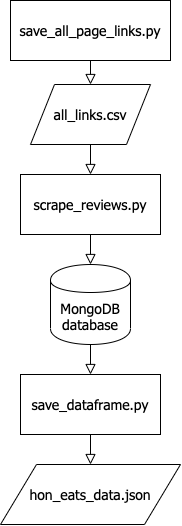
This is imgs/web_scraping_flowchart.png from chelseanbr/hon-eats-recommender, a draw.io export, as it was before one commit. Source tidied: cells renumbered, new cells last; positions are measured from the earlier drawing's top-left corner, leaving out a move shared by most shapes.
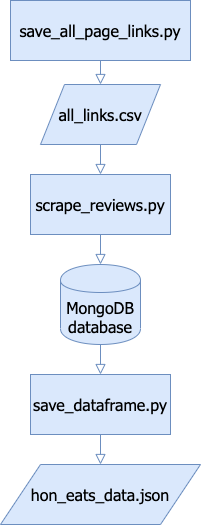
The same diagram one commit later.

Commit message:
colored flowchart, finalized readme up to eda for now

Change to the diagram source:
```diff
@@ -2,37 +2,37 @@
   <root>
     <mxCell id="0" />
     <mxCell id="1" parent="0" />
-    <mxCell id="2" style="rounded=0;html=1;jettySize=auto;fontSize=11;endArrow=block;endFill=0;endSize=8;strokeWidth=1;shadow=0;labelBackgroundColor=none;edgeStyle=orthogonalEdgeStyle;entryX=0.5;entryY=0;entryDx=0;entryDy=0;exitX=0.5;exitY=1;exitDx=0;exitDy=0;" parent="1" edge="1" source="4" target="3">
+    <mxCell id="2" style="rounded=0;html=1;jettySize=auto;fontSize=11;endArrow=block;endFill=0;endSize=8;strokeWidth=1;shadow=0;labelBackgroundColor=none;edgeStyle=orthogonalEdgeStyle;entryX=0.5;entryY=0;entryDx=0;entryDy=0;exitX=0.5;exitY=1;exitDx=0;exitDy=0;fillColor=#dae8fc;strokeColor=#6c8ebf;" parent="1" edge="1" source="4" target="3">
       <mxGeometry relative="1" as="geometry" />
     </mxCell>
-    <mxCell id="3" value="all_links.csv" style="shape=parallelogram;perimeter=parallelogramPerimeter;whiteSpace=wrap;html=1;fontFamily=Tahoma;fontSize=14;" parent="1" vertex="1">
+    <mxCell id="3" value="all_links.csv" style="shape=parallelogram;perimeter=parallelogramPerimeter;whiteSpace=wrap;html=1;fontFamily=Tahoma;fontSize=16;fillColor=#dae8fc;strokeColor=#6c8ebf;" parent="1" vertex="1">
       <mxGeometry x="30" y="84" width="120" height="60" as="geometry" />
     </mxCell>
-    <mxCell id="4" value="&lt;span style=&quot;font-size: 14px;&quot;&gt;save_all_page_links.py&lt;/span&gt;" style="rounded=0;whiteSpace=wrap;html=1;fontFamily=Tahoma;fontSize=14;" parent="1" vertex="1">
-      <mxGeometry x="10" width="160" height="60" as="geometry" />
+    <mxCell id="4" value="&lt;span style=&quot;font-size: 16px;&quot;&gt;save_all_page_links.py&lt;/span&gt;" style="rounded=0;whiteSpace=wrap;html=1;fontFamily=Tahoma;fontSize=16;fillColor=#dae8fc;strokeColor=#6c8ebf;" parent="1" vertex="1">
+      <mxGeometry width="180" height="60" as="geometry" />
     </mxCell>
-    <mxCell id="5" value="scrape_reviews.py" style="rounded=0;whiteSpace=wrap;html=1;fontFamily=Tahoma;fontSize=14;" parent="1" vertex="1">
+    <mxCell id="5" value="scrape_reviews.py" style="rounded=0;whiteSpace=wrap;html=1;fontFamily=Tahoma;fontSize=16;fillColor=#dae8fc;strokeColor=#6c8ebf;" parent="1" vertex="1">
       <mxGeometry x="20" y="174" width="140" height="60" as="geometry" />
     </mxCell>
-    <mxCell id="6" value="MongoDB database" style="shape=cylinder;whiteSpace=wrap;html=1;boundedLbl=1;backgroundOutline=1;fontFamily=Tahoma;fontSize=14;" parent="1" vertex="1">
+    <mxCell id="6" value="MongoDB database" style="shape=cylinder;whiteSpace=wrap;html=1;boundedLbl=1;backgroundOutline=1;fontFamily=Tahoma;fontSize=16;fillColor=#dae8fc;strokeColor=#6c8ebf;" parent="1" vertex="1">
       <mxGeometry x="50" y="264" width="80" height="80" as="geometry" />
     </mxCell>
-    <mxCell id="7" style="rounded=0;html=1;jettySize=auto;fontSize=11;endArrow=block;endFill=0;endSize=8;strokeWidth=1;shadow=0;labelBackgroundColor=none;edgeStyle=orthogonalEdgeStyle;exitX=0.5;exitY=1;exitDx=0;exitDy=0;entryX=0.5;entryY=0;entryDx=0;entryDy=0;" parent="1" edge="1" source="3" target="5">
+    <mxCell id="7" style="rounded=0;html=1;jettySize=auto;fontSize=11;endArrow=block;endFill=0;endSize=8;strokeWidth=1;shadow=0;labelBackgroundColor=none;edgeStyle=orthogonalEdgeStyle;exitX=0.5;exitY=1;exitDx=0;exitDy=0;entryX=0.5;entryY=0;entryDx=0;entryDy=0;fillColor=#dae8fc;strokeColor=#6c8ebf;" parent="1" edge="1" source="3" target="5">
       <mxGeometry relative="1" as="geometry" />
     </mxCell>
-    <mxCell id="8" style="rounded=0;html=1;jettySize=auto;fontSize=11;endArrow=block;endFill=0;endSize=8;strokeWidth=1;shadow=0;labelBackgroundColor=none;edgeStyle=orthogonalEdgeStyle;exitX=0.5;exitY=1;exitDx=0;exitDy=0;entryX=0.5;entryY=0;entryDx=0;entryDy=0;" parent="1" edge="1" source="5" target="6">
+    <mxCell id="8" style="rounded=0;html=1;jettySize=auto;fontSize=11;endArrow=block;endFill=0;endSize=8;strokeWidth=1;shadow=0;labelBackgroundColor=none;edgeStyle=orthogonalEdgeStyle;exitX=0.5;exitY=1;exitDx=0;exitDy=0;entryX=0.5;entryY=0;entryDx=0;entryDy=0;fillColor=#dae8fc;strokeColor=#6c8ebf;" parent="1" edge="1" source="5" target="6">
       <mxGeometry relative="1" as="geometry" />
     </mxCell>
-    <mxCell id="9" style="rounded=0;html=1;jettySize=auto;fontSize=11;endArrow=block;endFill=0;endSize=8;strokeWidth=1;shadow=0;labelBackgroundColor=none;edgeStyle=orthogonalEdgeStyle;exitX=0.5;exitY=1;exitDx=0;exitDy=0;entryX=0.5;entryY=0;entryDx=0;entryDy=0;" parent="1" edge="1" source="6" target="10">
+    <mxCell id="9" style="rounded=0;html=1;jettySize=auto;fontSize=11;endArrow=block;endFill=0;endSize=8;strokeWidth=1;shadow=0;labelBackgroundColor=none;edgeStyle=orthogonalEdgeStyle;exitX=0.5;exitY=1;exitDx=0;exitDy=0;entryX=0.5;entryY=0;entryDx=0;entryDy=0;fillColor=#dae8fc;strokeColor=#6c8ebf;" parent="1" edge="1" source="6" target="10">
       <mxGeometry relative="1" as="geometry" />
     </mxCell>
-    <mxCell id="10" value="save_dataframe.py" style="rounded=0;whiteSpace=wrap;html=1;fontFamily=Tahoma;fontSize=14;" parent="1" vertex="1">
+    <mxCell id="10" value="save_dataframe.py" style="rounded=0;whiteSpace=wrap;html=1;fontFamily=Tahoma;fontSize=16;fillColor=#dae8fc;strokeColor=#6c8ebf;" parent="1" vertex="1">
       <mxGeometry x="20" y="374" width="140" height="60" as="geometry" />
     </mxCell>
-    <mxCell id="11" value="hon_eats_data.json" style="shape=parallelogram;perimeter=parallelogramPerimeter;whiteSpace=wrap;html=1;fontFamily=Tahoma;fontSize=14;" parent="1" vertex="1">
-      <mxGeometry y="464" width="180" height="60" as="geometry" />
+    <mxCell id="11" value="hon_eats_data.json" style="shape=parallelogram;perimeter=parallelogramPerimeter;whiteSpace=wrap;html=1;fontFamily=Tahoma;fontSize=16;fillColor=#dae8fc;strokeColor=#6c8ebf;" parent="1" vertex="1">
+      <mxGeometry x="-10" y="464" width="200" height="60" as="geometry" />
     </mxCell>
-    <mxCell id="12" style="rounded=0;html=1;jettySize=auto;fontSize=11;endArrow=block;endFill=0;endSize=8;strokeWidth=1;shadow=0;labelBackgroundColor=none;edgeStyle=orthogonalEdgeStyle;exitX=0.5;exitY=1;exitDx=0;exitDy=0;entryX=0.5;entryY=0;entryDx=0;entryDy=0;" parent="1" edge="1" source="10" target="11">
+    <mxCell id="12" style="rounded=0;html=1;jettySize=auto;fontSize=11;endArrow=block;endFill=0;endSize=8;strokeWidth=1;shadow=0;labelBackgroundColor=none;edgeStyle=orthogonalEdgeStyle;exitX=0.5;exitY=1;exitDx=0;exitDy=0;entryX=0.5;entryY=0;entryDx=0;entryDy=0;fillColor=#dae8fc;strokeColor=#6c8ebf;" parent="1" edge="1" source="10" target="11">
       <mxGeometry relative="1" as="geometry" />
     </mxCell>
   </root>
```
